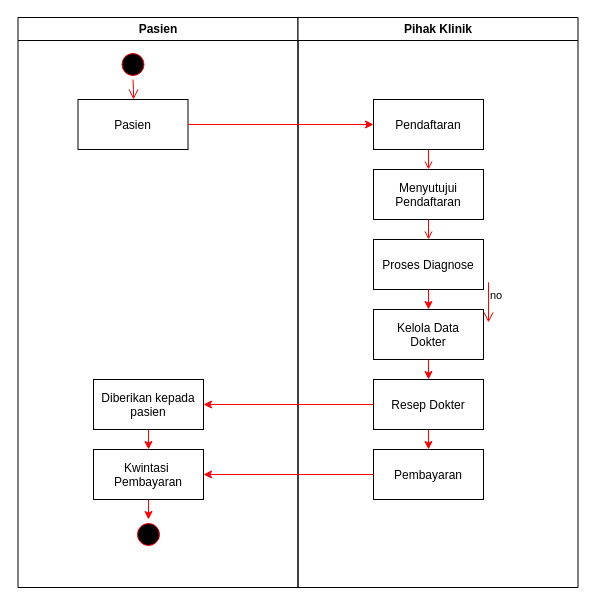
The draw.io diagram Activity Diagram yang berjalan.drawio in ratihpn99/rpn, before the edit. Source tidied: cells renumbered, new cells numbered last; positions are measured from the earlier drawing's top-left corner, leaving out a move shared by most shapes. Both pictures are drawn from the tidied source at 100%, with x=0, y=0 at pixel (17, 17).
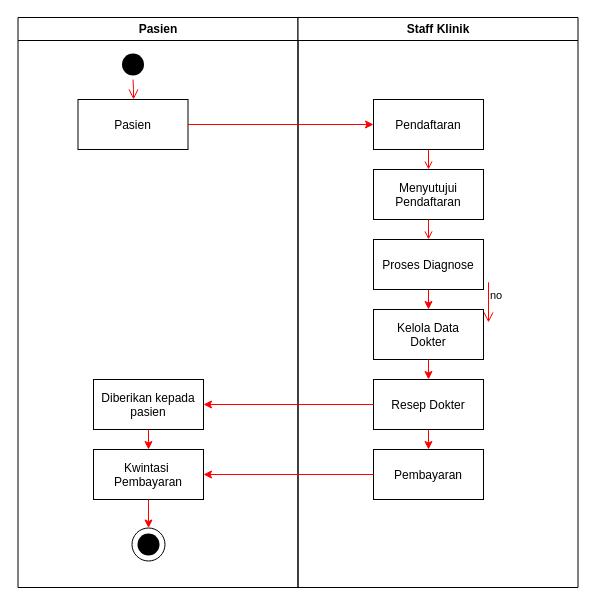
Above is the later version.

Unchanged cells that the change refers to:
```xml
<mxCell id="2" value="Pasien" style="swimlane;whiteSpace=wrap;" parent="1" vertex="1">
  <mxGeometry x="0.5" width="280" height="570" as="geometry" />
</mxCell>
<mxCell id="7" value="Kwintasi &#10;Pembayaran" parent="2" vertex="1">
  <mxGeometry x="75.5" y="432" width="110" height="50" as="geometry" />
</mxCell>
```

Change to the diagram source:
```diff
@@
-    <mxCell id="3" style="ellipse;shape=startState;fillColor=#000000;strokeColor=#ff0000;" parent="2" vertex="1">
+    <mxCell id="3" style="ellipse;shape=startState;fillColor=#000000;strokeColor=none;" parent="2" vertex="1">
       <mxGeometry x="100" y="32" width="30" height="30" as="geometry" />
     </mxCell>
@@
-    <mxCell id="9" style="ellipse;shape=startState;fillColor=#000000;strokeColor=#ff0000;" parent="2" vertex="1">
-      <mxGeometry x="115.5" y="502" width="30" height="30" as="geometry" />
+    <mxCell id="9" style="ellipse;shape=startState;fillColor=#000000;strokeColor=none;" parent="2" vertex="1">
+      <mxGeometry x="115.5" y="512" width="30" height="30" as="geometry" />
     </mxCell>
+    <mxCell id="28" style="ellipse;whiteSpace=wrap;html=1;fillColor=none;" parent="2" vertex="1">
+      <mxGeometry x="114" y="510.5" width="33" height="33" as="geometry" />
+    </mxCell>
-    <mxCell id="10" style="endArrow=classic;html=1;strokeColor=#FF0000;entryX=0.5;entryY=0;entryDx=0;entryDy=0;exitX=0.5;exitY=1;exitDx=0;exitDy=0;" parent="2" edge="1" source="7" target="9">
+    <mxCell id="10" style="endArrow=classic;html=1;strokeColor=#FF0000;exitX=0.5;exitY=1;exitDx=0;exitDy=0;" parent="2" edge="1" source="7" target="28">
       <mxGeometry relative="1" as="geometry" />
     </mxCell>
-    <mxCell id="11" value="Pihak Klinik" style="swimlane;whiteSpace=wrap;" parent="1" vertex="1">
+    <mxCell id="11" value="Staff Klinik" style="swimlane;whiteSpace=wrap;" parent="1" vertex="1">
       <mxGeometry x="280.5" width="280" height="570" as="geometry" />
     </mxCell>
```
